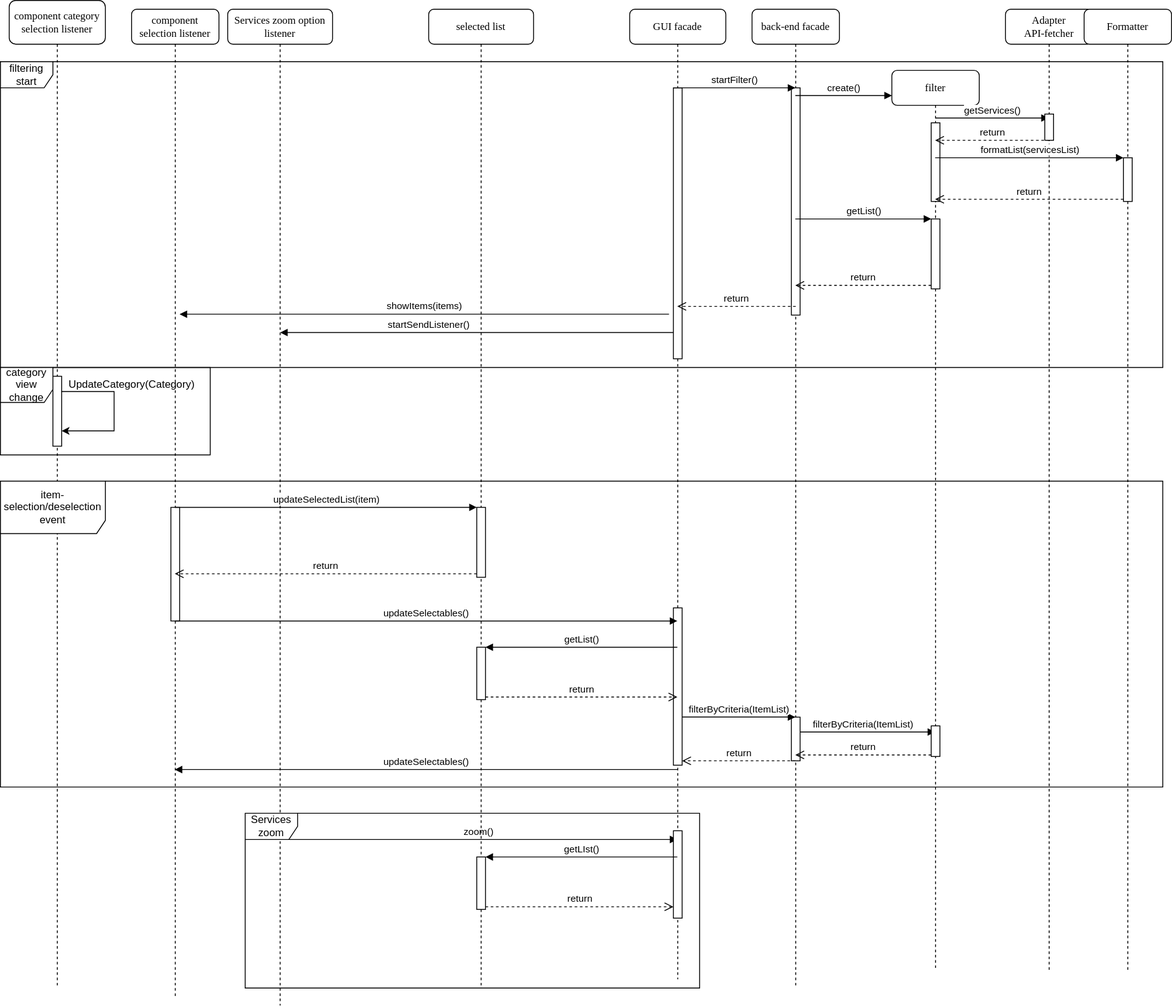
Earlier version of the draw.io export documentation/behaviour/internal behaviour/internal_behaviour.svg (Geostartico/Trusted-list-browser). Source tidied: cells renumbered, new cells last; positions are measured from the earlier drawing's top-left corner, leaving out a move shared by most shapes.
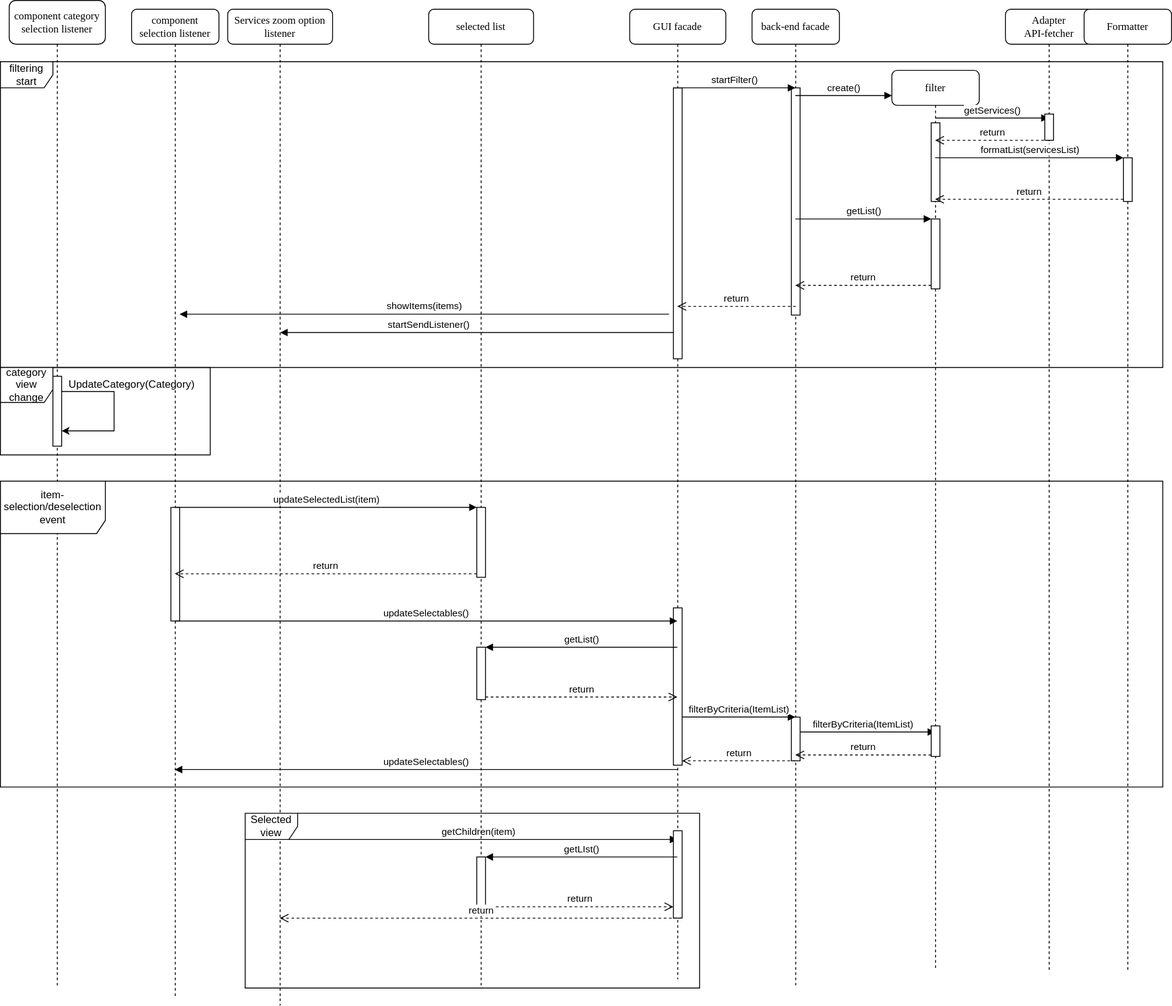
The same file after the commit.

Commit message:
updated domain model, use-cases and internal behavior

What changed in the source:
```diff
@@ -5,7 +5,7 @@
     <mxCell id="2" value="Services zoom option listener" style="shape=umlLifeline;perimeter=lifelinePerimeter;whiteSpace=wrap;html=1;outlineConnect=0;rounded=1;shadow=0;comic=0;labelBackgroundColor=none;strokeWidth=1;fontFamily=Verdana;fontSize=12;align=center;" parent="1" vertex="1">
       <mxGeometry x="260" y="10" width="120" height="1140" as="geometry" />
     </mxCell>
-    <mxCell id="3" value="zoom()" style="html=1;verticalAlign=bottom;endArrow=block;rounded=0;" parent="2" edge="1" target="8">
+    <mxCell id="3" value="getChildren(item)" style="html=1;verticalAlign=bottom;endArrow=block;rounded=0;" parent="2" edge="1" target="8">
       <mxGeometry relative="1" as="geometry">
         <mxPoint x="60" y="950" as="sourcePoint" />
       </mxGeometry>
@@ -182,7 +182,7 @@
         <mxPoint x="770" y="1037" as="targetPoint" />
       </mxGeometry>
     </mxCell>
-    <mxCell id="52" value="Services zoom" style="shape=umlFrame;whiteSpace=wrap;html=1;" parent="1" vertex="1">
+    <mxCell id="52" value="Selected view" style="shape=umlFrame;whiteSpace=wrap;html=1;" parent="1" vertex="1">
       <mxGeometry x="280" y="930" width="520" height="200" as="geometry" />
     </mxCell>
     <mxCell id="53" value="&lt;div&gt;startFilter()&lt;/div&gt;" style="html=1;verticalAlign=bottom;endArrow=block;rounded=0;" parent="1" edge="1">
@@ -206,5 +206,10 @@
         <mxPoint x="780" y="870" as="targetPoint" />
       </mxGeometry>
     </mxCell>
+    <mxCell id="56" value="return" style="html=1;verticalAlign=bottom;endArrow=open;dashed=1;endSize=8;rounded=0;" parent="1" edge="1" target="2">
+      <mxGeometry relative="1" as="geometry">
+        <mxPoint x="780" y="1050" as="sourcePoint" />
+      </mxGeometry>
+    </mxCell>
   </root>
 </mxGraphModel>
```
